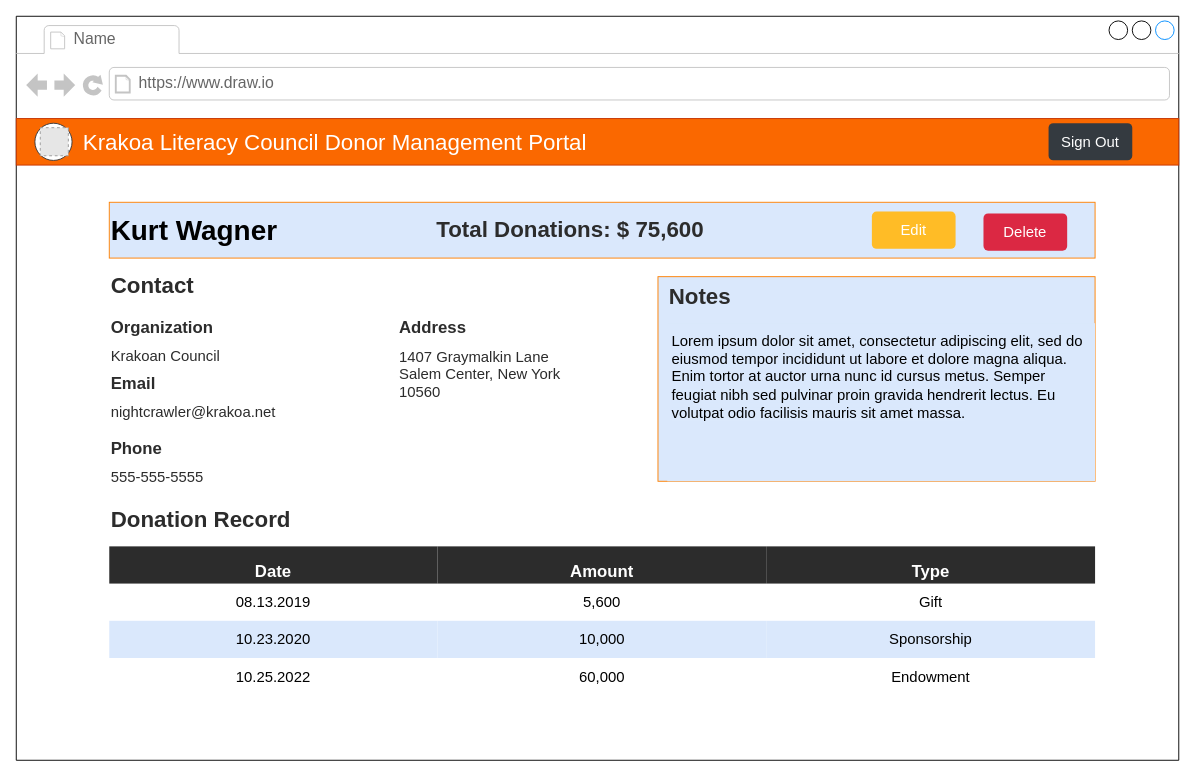
The draw.io diagram page "ViewDonor" (5 of 7) of docs/donor-tracker-mock.drawio in CaseyPitman/Donor-Management-Portal, before the edit. Source tidied: cells renumbered, new cells numbered last; positions are measured from the earlier drawing's top-left corner, leaving out a move shared by most shapes. Both pictures are drawn from the tidied source at 93%, with x=0, y=0 at pixel (16, 16). Pictures stored in the file or linked from it are replaced by grey dashed boxes.
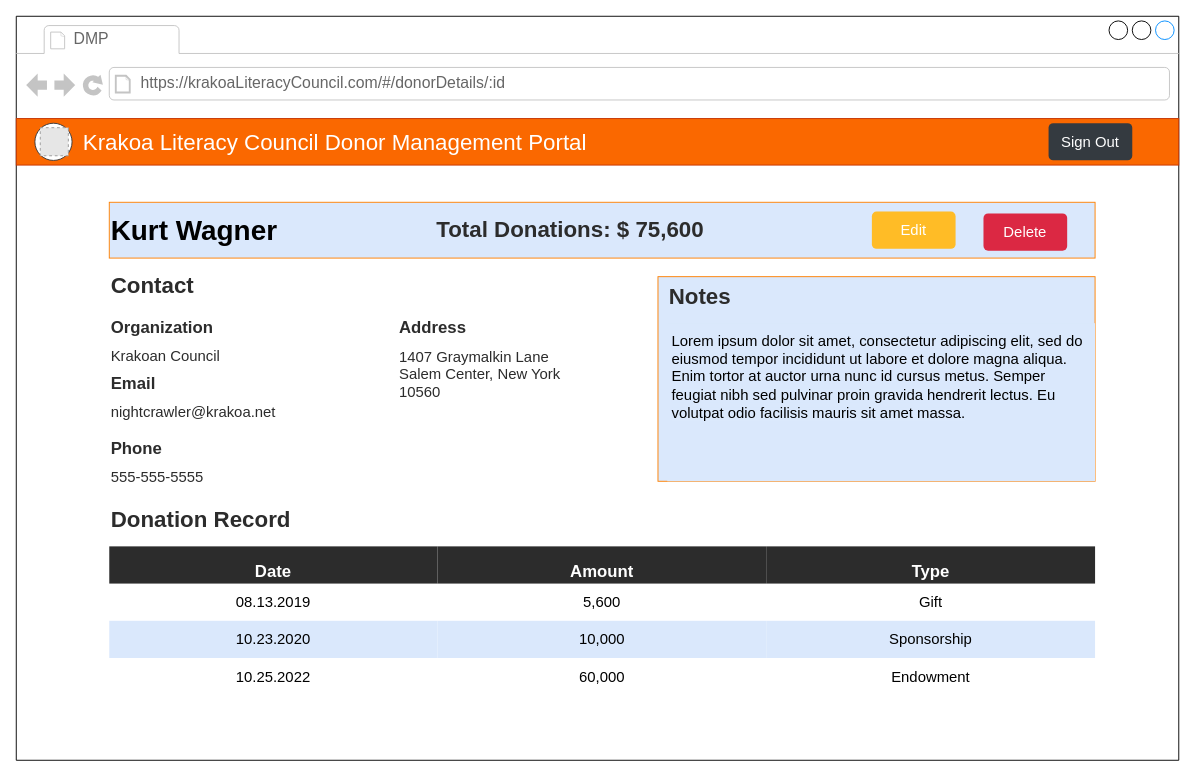
The same page after the edit.

Unchanged cells that the change refers to:
```xml
<mxCell id="2" style="strokeWidth=1;shadow=0;dashed=0;align=left;html=1;shape=mxgraph.mockup.containers.browserWindow;rSize=0;strokeColor2=#008cff;strokeColor3=#c4c4c4;mainText=,;" parent="1" vertex="1">
  <mxGeometry width="1250" height="800" as="geometry" />
</mxCell>
```

What changed in the source:
```diff
@@
-    <mxCell id="3" value="Name" style="strokeWidth=1;shadow=0;dashed=0;align=center;html=1;shape=mxgraph.mockup.containers.anchor;fontSize=17;fontColor=#666666;align=left;" parent="2" vertex="1">
+    <mxCell id="3" value="DMP" style="strokeWidth=1;shadow=0;dashed=0;align=center;html=1;shape=mxgraph.mockup.containers.anchor;fontSize=17;fontColor=#666666;align=left;" parent="2" vertex="1">
       <mxGeometry x="60" y="12" width="110" height="26" as="geometry" />
     </mxCell>
-    <mxCell id="4" value="https://www.draw.io" style="strokeWidth=1;shadow=0;dashed=0;align=center;html=1;shape=mxgraph.mockup.containers.anchor;rSize=0;fontSize=17;fontColor=#666666;align=left;" parent="2" vertex="1">
-      <mxGeometry x="130" y="60" width="250" height="26" as="geometry" />
+    <mxCell id="4" value="https://krakoaLiteracyCouncil.com/#/donorDetails/:id" style="strokeWidth=1;shadow=0;dashed=0;align=center;html=1;shape=mxgraph.mockup.containers.anchor;rSize=0;fontSize=17;fontColor=#666666;align=left;" parent="2" vertex="1">
+      <mxGeometry x="132" y="60" width="250" height="26" as="geometry" />
     </mxCell>
```
